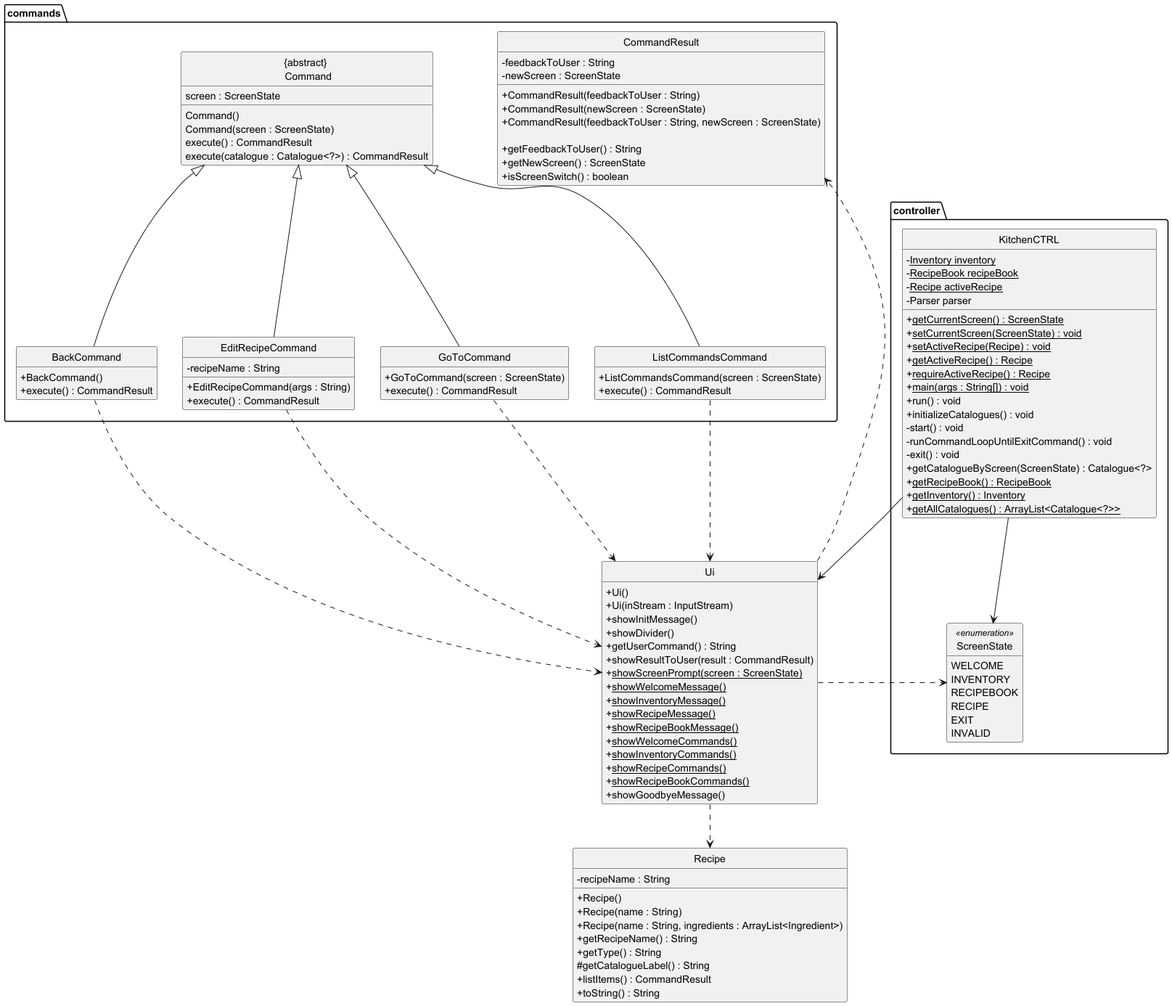
Above: docs/diagrams/ui.png in ChingWhee/tp (PlantUML), before the change.
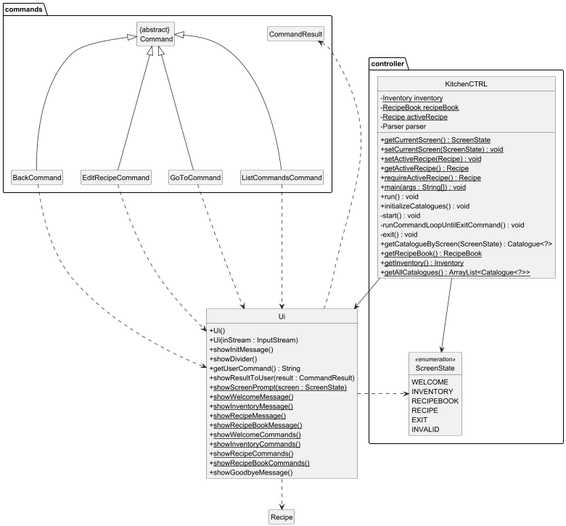
After the commit.

What changed in the source:
```diff
@@ -59,45 +59,21 @@
 package commands {
 
     class "{abstract} \n Command" as Command {
-        screen : ScreenState
-        Command()
-        Command(screen : ScreenState)
-        execute() : CommandResult
-        execute(catalogue : Catalogue<?>) : CommandResult
     }
 
     class BackCommand {
-        +BackCommand()
-        +execute() : CommandResult
     }
 
     class EditRecipeCommand {
-        - recipeName : String
-        +EditRecipeCommand(args : String)
-        +execute() : CommandResult
     }
 
     class GoToCommand {
-        +GoToCommand(screen : ScreenState)
-        +execute() : CommandResult
     }
 
     class ListCommandsCommand {
-        +ListCommandsCommand(screen : ScreenState)
-        +execute() : CommandResult
     }
 
     class CommandResult {
-        - feedbackToUser : String
-        - newScreen : ScreenState
-
-        + CommandResult(feedbackToUser : String)
-        + CommandResult(newScreen : ScreenState)
-        + CommandResult(feedbackToUser : String, newScreen : ScreenState)
-
-        + getFeedbackToUser() : String
-        + getNewScreen() : ScreenState
-        + isScreenSwitch() : boolean
     }
 
     Command <|-- BackCommand
@@ -107,16 +83,6 @@
 }
 
 class Recipe {
-    - recipeName : String
-
-    +Recipe()
-    +Recipe(name : String)
-    +Recipe(name : String, ingredients : ArrayList<Ingredient>)
-    +getRecipeName() : String
-    +getType() : String
-    #getCatalogueLabel() : String
-    +listItems() : CommandResult
-    +toString() : String
 }
 
 KitchenCTRL --> Ui
```
